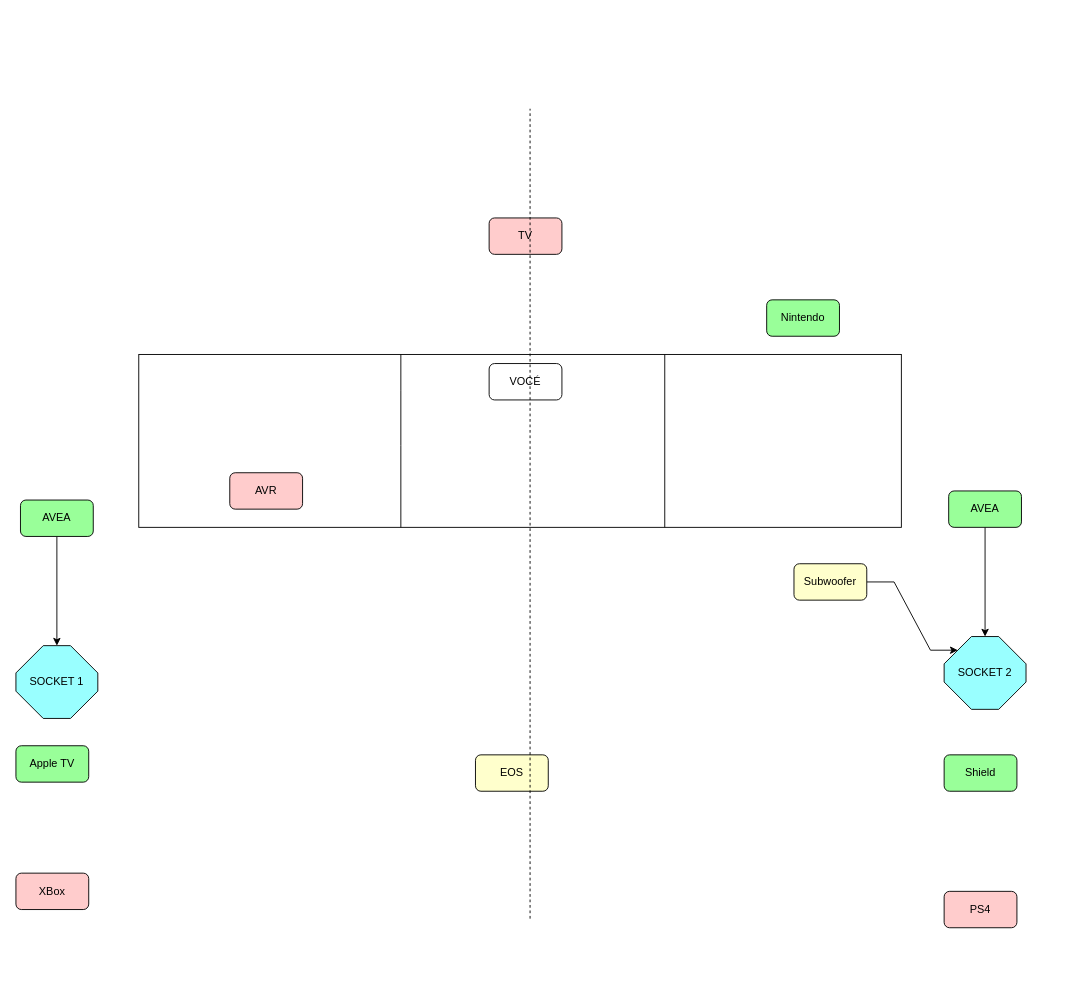
The draw.io diagram .github/Untitled Diagram.drawio in lilpharao/lilpharao, before the edit. Source tidied: cells renumbered, new cells numbered last; positions are measured from the earlier drawing's top-left corner, leaving out a move shared by most shapes. Both pictures are drawn from the tidied source at 91%, with x=0, y=0 at pixel (15, 108).
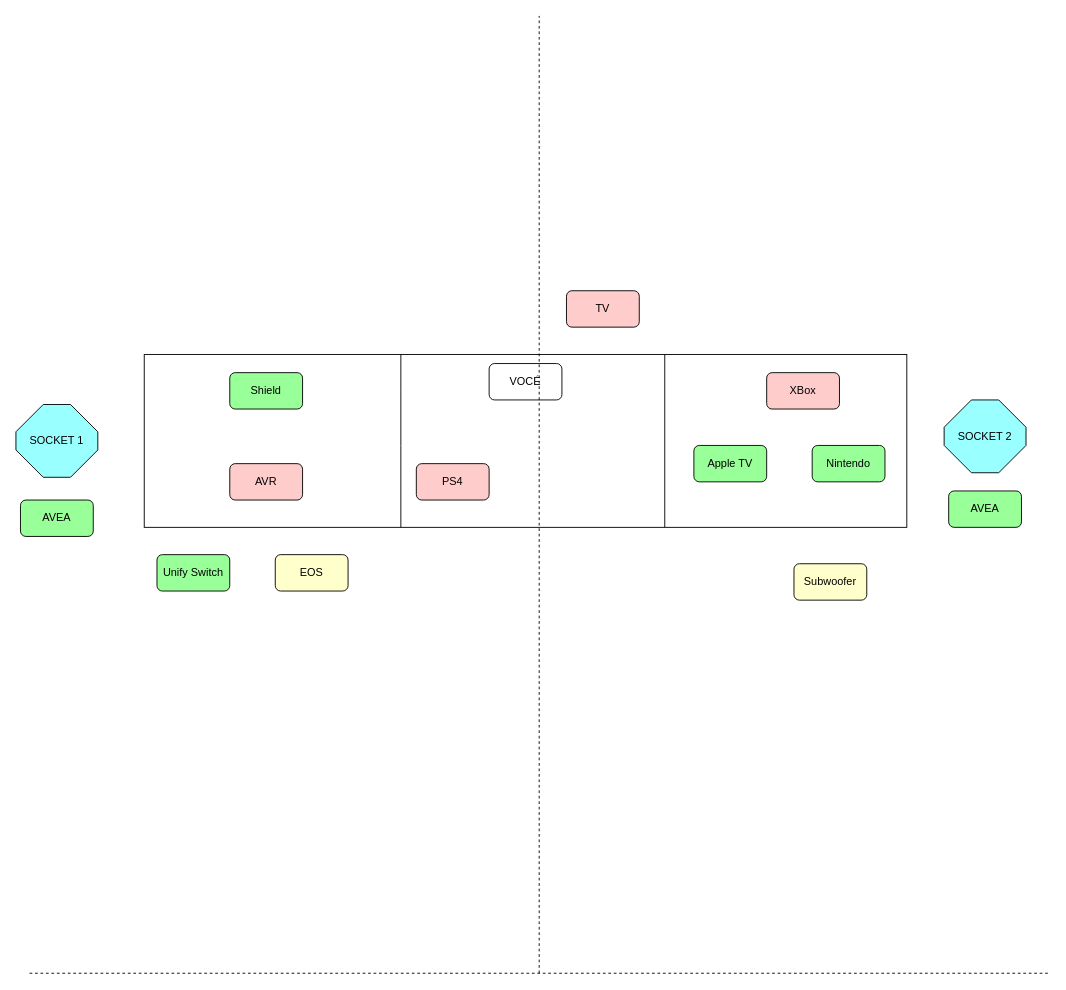
After the change.

The change refers to these unchanged cells:
```xml
<mxCell id="12" value="AVEA" style="rounded=1;whiteSpace=wrap;html=1;fillColor=#99FF99;" parent="1" vertex="1">
  <mxGeometry x="5" y="430" width="80" height="40" as="geometry" />
</mxCell>
<mxCell id="15" value="AVEA" style="rounded=1;whiteSpace=wrap;html=1;fillColor=#99FF99;" parent="1" vertex="1">
  <mxGeometry x="1025" y="420" width="80" height="40" as="geometry" />
</mxCell>
<mxCell id="16" value="Subwoofer" style="rounded=1;whiteSpace=wrap;html=1;fillColor=#FFFFCC;" parent="1" vertex="1">
  <mxGeometry x="855" y="500" width="80" height="40" as="geometry" />
</mxCell>
```

What changed in the source:
```diff
@@
     <mxCell id="2" style="rounded=0;whiteSpace=wrap;html=1;" parent="1" vertex="1">
-      <mxGeometry x="135" y="270" width="838" height="190" as="geometry" />
+      <mxGeometry x="141" y="270" width="838" height="190" as="geometry" />
     </mxCell>
-    <mxCell id="3" value="XBox" style="rounded=1;whiteSpace=wrap;html=1;fillColor=#FFCCCC;" parent="1" vertex="1">
-      <mxGeometry y="840" width="80" height="40" as="geometry" />
-    </mxCell>
     <mxCell id="4" value="PS4" style="rounded=1;whiteSpace=wrap;html=1;fillColor=#FFCCCC;" parent="1" vertex="1">
-      <mxGeometry x="1020" y="860" width="80" height="40" as="geometry" />
+      <mxGeometry x="440" y="390" width="80" height="40" as="geometry" />
     </mxCell>
     <mxCell id="5" value="EOS" style="rounded=1;whiteSpace=wrap;html=1;fillColor=#FFFFCC;" parent="1" vertex="1">
-      <mxGeometry x="505" y="710" width="80" height="40" as="geometry" />
+      <mxGeometry x="285" y="490" width="80" height="40" as="geometry" />
     </mxCell>
     <mxCell id="6" value="Shield" style="rounded=1;whiteSpace=wrap;html=1;fillColor=#99FF99;" parent="1" vertex="1">
-      <mxGeometry x="1020" y="710" width="80" height="40" as="geometry" />
+      <mxGeometry x="235" y="290" width="80" height="40" as="geometry" />
     </mxCell>
     <mxCell id="7" value="Apple TV" style="rounded=1;whiteSpace=wrap;html=1;fillColor=#99FF99;" parent="1" vertex="1">
-      <mxGeometry y="700" width="80" height="40" as="geometry" />
+      <mxGeometry x="745" y="370" width="80" height="40" as="geometry" />
     </mxCell>
     <mxCell id="8" value="Nintendo" style="rounded=1;whiteSpace=wrap;html=1;fillColor=#99FF99;" parent="1" vertex="1">
-      <mxGeometry x="825" y="210" width="80" height="40" as="geometry" />
+      <mxGeometry x="875" y="370" width="80" height="40" as="geometry" />
     </mxCell>
@@
     <mxCell id="10" value="AVR" style="rounded=1;whiteSpace=wrap;html=1;fillColor=#FFCCCC;" parent="1" vertex="1">
-      <mxGeometry x="235" y="400" width="80" height="40" as="geometry" />
+      <mxGeometry x="235" y="390" width="80" height="40" as="geometry" />
     </mxCell>
-    <mxCell id="11" style="edgeStyle=orthogonalEdgeStyle;rounded=0;jettySize=auto;html=1;" parent="1" edge="1" source="12" target="18">
-      <mxGeometry relative="1" as="geometry" />
-    </mxCell>
@@
-    <mxCell id="13" style="edgeStyle=orthogonalEdgeStyle;rounded=0;jettySize=auto;html=1;entryX=0.5;entryY=0;entryDx=0;entryDy=0;entryPerimeter=0;" parent="1" edge="1" source="15" target="19">
-      <mxGeometry relative="1" as="geometry" />
-    </mxCell>
-    <mxCell id="14" style="edgeStyle=entityRelationEdgeStyle;rounded=0;jettySize=auto;html=1;entryX=0;entryY=0;entryDx=15;entryDy=15;entryPerimeter=0;" parent="1" edge="1" source="16" target="19">
-      <mxGeometry relative="1" as="geometry" />
-    </mxCell>
@@
     <mxCell id="17" value="TV" style="rounded=1;whiteSpace=wrap;html=1;fillColor=#FFCCCC;" parent="1" vertex="1">
-      <mxGeometry x="520" y="120" width="80" height="40" as="geometry" />
+      <mxGeometry x="605" y="200" width="80" height="40" as="geometry" />
     </mxCell>
     <mxCell id="18" value="SOCKET 1" style="whiteSpace=wrap;html=1;shape=mxgraph.basic.octagon2;align=center;verticalAlign=middle;dx=15;fillColor=#99FFFF;" parent="1" vertex="1">
-      <mxGeometry y="590" width="90" height="80" as="geometry" />
+      <mxGeometry y="325" width="90" height="80" as="geometry" />
     </mxCell>
     <mxCell id="19" value="&lt;div&gt;SOCKET 2&lt;/div&gt;" style="whiteSpace=wrap;html=1;shape=mxgraph.basic.octagon2;align=center;verticalAlign=middle;dx=15;fillColor=#99FFFF;" parent="1" vertex="1">
-      <mxGeometry x="1020" y="580" width="90" height="80" as="geometry" />
+      <mxGeometry x="1020" y="320" width="90" height="80" as="geometry" />
     </mxCell>
@@
-    <mxCell id="22" style="endArrow=none;dashed=1;html=1;rounded=0;" parent="1" edge="1">
-      <mxGeometry relative="1" as="geometry">
-        <mxPoint x="565" y="890" as="sourcePoint" />
-        <mxPoint x="565" as="targetPoint" />
-      </mxGeometry>
-    </mxCell>
+    <mxCell id="23" style="endArrow=none;dashed=1;html=1;rounded=0;" parent="1" edge="1">
+      <mxGeometry relative="1" as="geometry">
+        <mxPoint x="15" y="950" as="sourcePoint" />
+        <mxPoint x="1135" y="950" as="targetPoint" />
+      </mxGeometry>
+    </mxCell>
+    <mxCell id="3" value="XBox" style="rounded=1;whiteSpace=wrap;html=1;fillColor=#FFCCCC;" parent="1" vertex="1">
+      <mxGeometry x="825" y="290" width="80" height="40" as="geometry" />
+    </mxCell>
+    <mxCell id="24" value="Unify Switch" style="rounded=1;whiteSpace=wrap;html=1;fillColor=#99FF99;" parent="1" vertex="1">
+      <mxGeometry x="155" y="490" width="80" height="40" as="geometry" />
+    </mxCell>
+    <mxCell id="25" style="endArrow=none;dashed=1;html=1;rounded=0;" parent="1" edge="1">
+      <mxGeometry relative="1" as="geometry">
+        <mxPoint x="575" y="950" as="sourcePoint" />
+        <mxPoint x="575" y="-102" as="targetPoint" />
+      </mxGeometry>
+    </mxCell>
```
